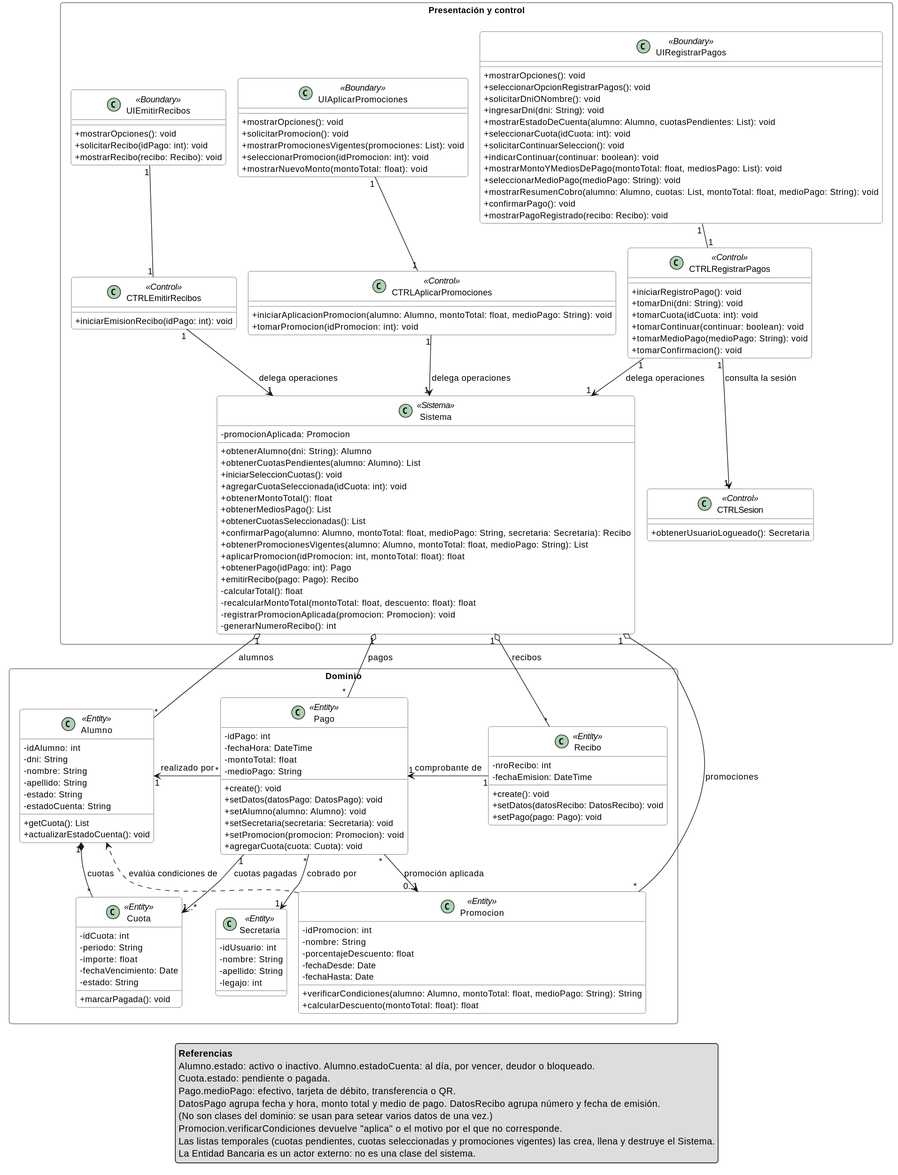
Earlier version of the PlantUML export tpi2/02-realizacion-cu/2_clases_registrar_pagos.svg (sandobaitt/TpDiseno).
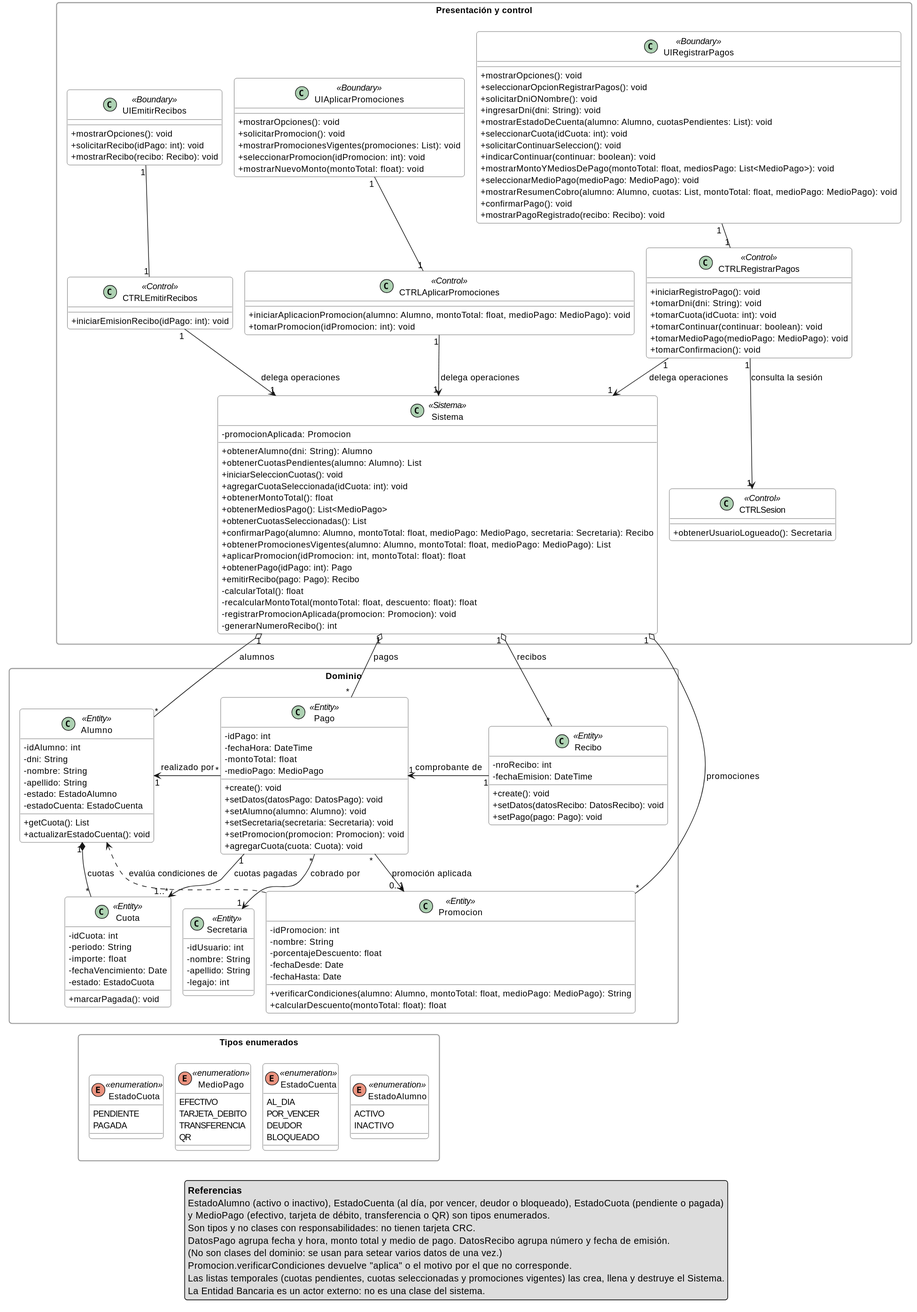
The same file after the commit.

What changed in the source:
```diff
@@ -24,9 +24,9 @@
         + seleccionarCuota(idCuota: int): void
         + solicitarContinuarSeleccion(): void
         + indicarContinuar(continuar: boolean): void
-        + mostrarMontoYMediosDePago(montoTotal: float, mediosPago: List): void
-        + seleccionarMedioPago(medioPago: String): void
-        + mostrarResumenCobro(alumno: Alumno, cuotas: List, montoTotal: float, medioPago: String): void
+        + mostrarMontoYMediosDePago(montoTotal: float, mediosPago: List<MedioPago>): void
+        + seleccionarMedioPago(medioPago: MedioPago): void
+        + mostrarResumenCobro(alumno: Alumno, cuotas: List, montoTotal: float, medioPago: MedioPago): void
         + confirmarPago(): void
         + mostrarPagoRegistrado(recibo: Recibo): void
     }
@@ -36,7 +36,7 @@
         + tomarDni(dni: String): void
         + tomarCuota(idCuota: int): void
         + tomarContinuar(continuar: boolean): void
-        + tomarMedioPago(medioPago: String): void
+        + tomarMedioPago(medioPago: MedioPago): void
         + tomarConfirmacion(): void
     }
 
@@ -49,7 +49,7 @@
     }
 
     class CTRLAplicarPromociones <<Control>> {
-        + iniciarAplicacionPromocion(alumno: Alumno, montoTotal: float, medioPago: String): void
+        + iniciarAplicacionPromocion(alumno: Alumno, montoTotal: float, medioPago: MedioPago): void
         + tomarPromocion(idPromocion: int): void
     }
 
@@ -74,10 +74,10 @@
         + iniciarSeleccionCuotas(): void
         + agregarCuotaSeleccionada(idCuota: int): void
         + obtenerMontoTotal(): float
-        + obtenerMediosPago(): List
+        + obtenerMediosPago(): List<MedioPago>
         + obtenerCuotasSeleccionadas(): List
-        + confirmarPago(alumno: Alumno, montoTotal: float, medioPago: String, secretaria: Secretaria): Recibo
-        + obtenerPromocionesVigentes(alumno: Alumno, montoTotal: float, medioPago: String): List
+        + confirmarPago(alumno: Alumno, montoTotal: float, medioPago: MedioPago, secretaria: Secretaria): Recibo
+        + obtenerPromocionesVigentes(alumno: Alumno, montoTotal: float, medioPago: MedioPago): List
         + aplicarPromocion(idPromocion: int, montoTotal: float): float
         + obtenerPago(idPago: int): Pago
         + emitirRecibo(pago: Pago): Recibo
@@ -95,8 +95,8 @@
         - dni: String
         - nombre: String
         - apellido: String
-        - estado: String
-        - estadoCuenta: String
+        - estado: EstadoAlumno
+        - estadoCuenta: EstadoCuenta
         + getCuota(): List
         + actualizarEstadoCuenta(): void
     }
@@ -106,7 +106,7 @@
         - periodo: String
         - importe: float
         - fechaVencimiento: Date
-        - estado: String
+        - estado: EstadoCuota
         + marcarPagada(): void
     }
 
@@ -114,7 +114,7 @@
         - idPago: int
         - fechaHora: DateTime
         - montoTotal: float
-        - medioPago: String
+        - medioPago: MedioPago
         + create(): void
         + setDatos(datosPago: DatosPago): void
         + setAlumno(alumno: Alumno): void
@@ -137,7 +137,7 @@
         - porcentajeDescuento: float
         - fechaDesde: Date
         - fechaHasta: Date
-        + verificarCondiciones(alumno: Alumno, montoTotal: float, medioPago: String): String
+        + verificarCondiciones(alumno: Alumno, montoTotal: float, medioPago: MedioPago): String
         + calcularDescuento(montoTotal: float): float
     }
 
@@ -146,6 +146,32 @@
         - nombre: String
         - apellido: String
         - legajo: int
+    }
+}
+
+package "Tipos enumerados" {
+    enum EstadoAlumno <<enumeration>> {
+        ACTIVO
+        INACTIVO
+    }
+
+    enum EstadoCuenta <<enumeration>> {
+        AL_DIA
+        POR_VENCER
+        DEUDOR
+        BLOQUEADO
+    }
+
+    enum EstadoCuota <<enumeration>> {
+        PENDIENTE
+        PAGADA
+    }
+
+    enum MedioPago <<enumeration>> {
+        EFECTIVO
+        TARJETA_DEBITO
+        TRANSFERENCIA
+        QR
     }
 }
 
@@ -171,11 +197,14 @@
 Pago "*" -down-> "0..1" Promocion : promoción aplicada
 Promocion ..> Alumno : evalúa condiciones de
 
+Secretaria -[hidden]down- MedioPago
+Cuota -[hidden]down- EstadoCuota
+
 legend bottom
   **Referencias**
-  Alumno.estado: activo o inactivo. Alumno.estadoCuenta: al día, por vencer, deudor o bloqueado.
-  Cuota.estado: pendiente o pagada.
-  Pago.medioPago: efectivo, tarjeta de débito, transferencia o QR.
+  EstadoAlumno (activo o inactivo), EstadoCuenta (al día, por vencer, deudor o bloqueado), EstadoCuota (pendiente o pagada)
+  y MedioPago (efectivo, tarjeta de débito, transferencia o QR) son tipos enumerados.
+  Son tipos y no clases con responsabilidades: no tienen tarjeta CRC.
   DatosPago agrupa fecha y hora, monto total y medio de pago. DatosRecibo agrupa número y fecha de emisión.
   (No son clases del dominio: se usan para setear varios datos de una vez.)
   Promocion.verificarCondiciones devuelve "aplica" o el motivo por el que no corresponde.
```
